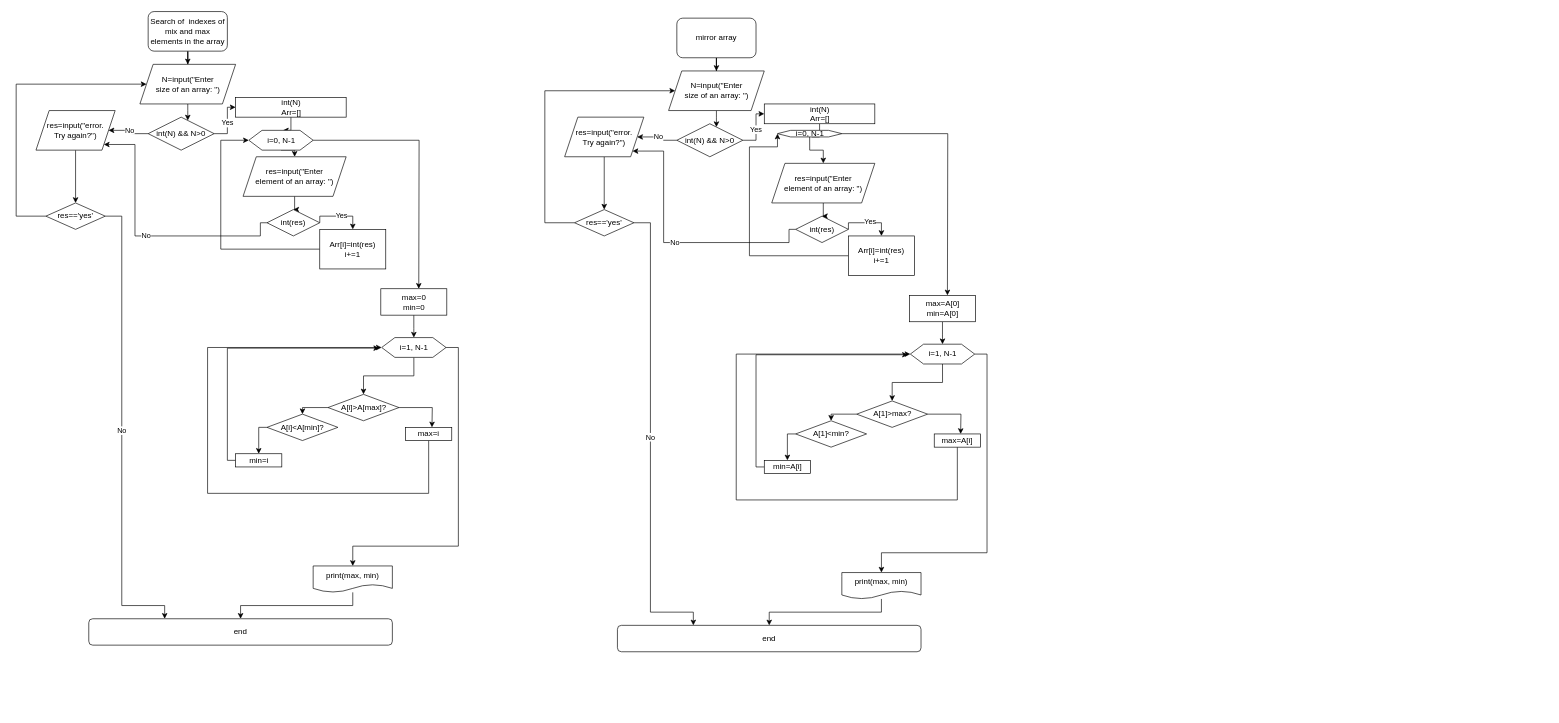
Earlier version of the draw.io diagram MinMaxArray.drawio (Yodiculta/fullstack). Source tidied: cells renumbered, new cells numbered last; positions are measured from the earlier drawing's top-left corner, leaving out a move shared by most shapes. Both pictures are drawn from the tidied source at 66%, with x=0, y=0 at pixel (16, 11).
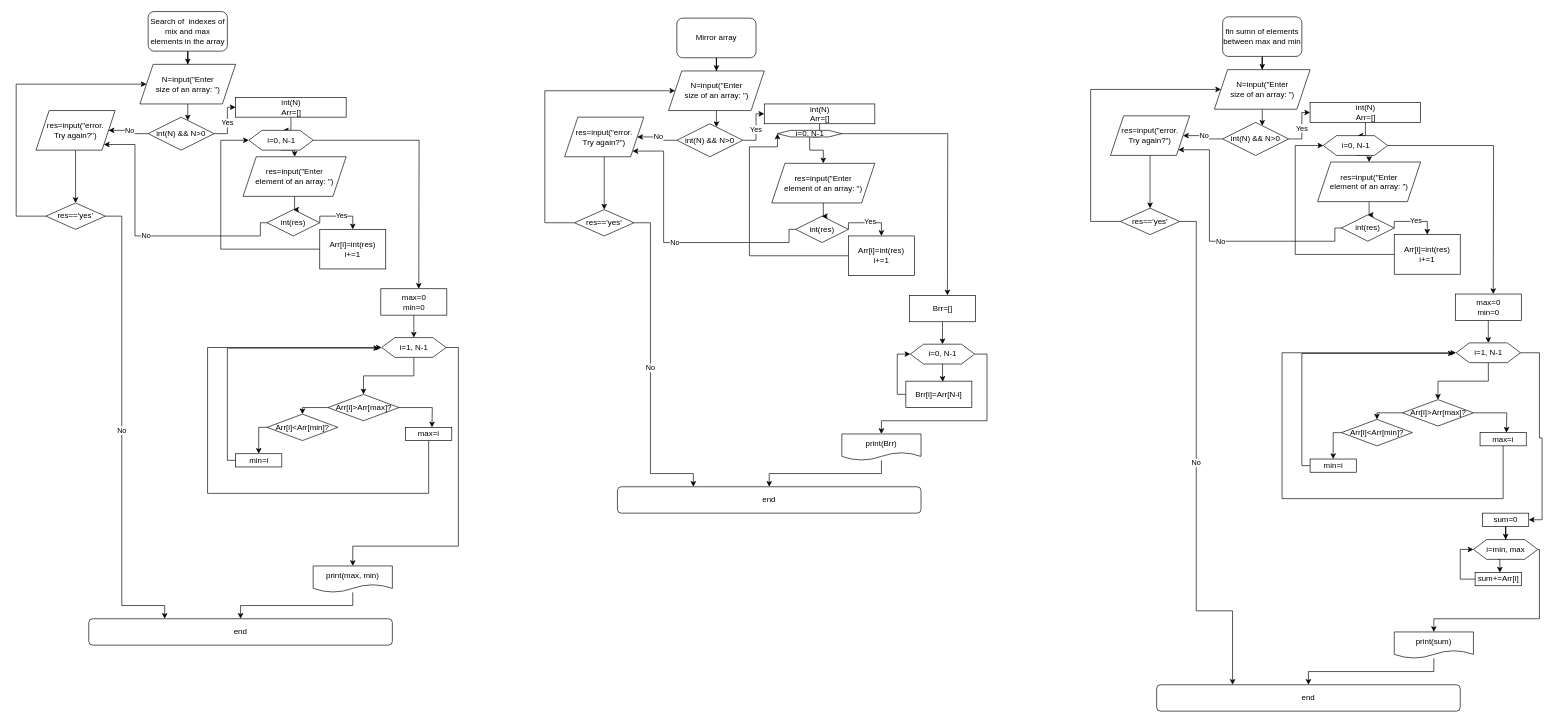
Above is the later version.

The change refers to these unchanged cells:
```xml
<mxCell id="52" value="res=='yes'" style="rhombus;whiteSpace=wrap;html=1;" parent="1" vertex="1">
  <mxGeometry x="846" y="300" width="90" height="40" as="geometry" />
</mxCell>
```

Change to the diagram source:
```diff
@@
-    <mxCell id="27" value="A[i]&amp;gt;A[max]?" style="rhombus;whiteSpace=wrap;html=1;" parent="1" vertex="1">
+    <mxCell id="27" value="Arr[i]&amp;gt;Arr[max]?" style="rhombus;whiteSpace=wrap;html=1;" parent="1" vertex="1">
       <mxGeometry x="472.5" y="580" width="107.5" height="40" as="geometry" />
     </mxCell>
@@
-    <mxCell id="38" value="A[i]&amp;lt;A[min]?" style="rhombus;whiteSpace=wrap;html=1;" parent="1" vertex="1">
+    <mxCell id="38" value="Arr[i]&amp;lt;Arr[min]?" style="rhombus;whiteSpace=wrap;html=1;" parent="1" vertex="1">
       <mxGeometry x="380" y="610" width="107.5" height="40" as="geometry" />
     </mxCell>
@@
-    <mxCell id="45" value="mirror array" style="rounded=1;whiteSpace=wrap;html=1;" parent="1" vertex="1">
+    <mxCell id="45" value="Mirror array" style="rounded=1;whiteSpace=wrap;html=1;" parent="1" vertex="1">
       <mxGeometry x="1001" y="10" width="120" height="60" as="geometry" />
     </mxCell>
@@
     <mxCell id="51" value="No" style="edgeStyle=orthogonalEdgeStyle;rounded=0;jettySize=auto;html=1;entryX=0.25;entryY=0;entryDx=0;entryDy=0;exitX=1;exitY=0.5;exitDx=0;exitDy=0;" parent="1" edge="1" source="52" target="83">
       <mxGeometry relative="1" as="geometry">
         <Array as="points">
           <mxPoint x="961" y="320" />
-          <mxPoint x="961" y="910" />
+          <mxPoint x="961" y="700" />
+          <mxPoint x="1026" y="700" />
         </Array>
       </mxGeometry>
     </mxCell>
@@
-    <mxCell id="66" style="edgeStyle=orthogonalEdgeStyle;rounded=0;jettySize=auto;html=1;entryX=0.5;entryY=0;entryDx=0;entryDy=0;exitX=0.5;exitY=1;exitDx=0;exitDy=0;" parent="1" edge="1" source="76" target="69">
-      <mxGeometry relative="1" as="geometry" />
-    </mxCell>
-    <mxCell id="67" style="edgeStyle=orthogonalEdgeStyle;rounded=0;jettySize=auto;html=1;" parent="1" edge="1" source="69">
-      <mxGeometry relative="1" as="geometry">
-        <mxPoint x="1431" y="640" as="targetPoint" />
-      </mxGeometry>
-    </mxCell>
-    <mxCell id="68" style="edgeStyle=orthogonalEdgeStyle;rounded=0;jettySize=auto;html=1;entryX=0.5;entryY=0;entryDx=0;entryDy=0;" parent="1" edge="1" source="69" target="80">
-      <mxGeometry relative="1" as="geometry">
-        <Array as="points">
-          <mxPoint x="1235" y="610" />
-        </Array>
-      </mxGeometry>
-    </mxCell>
-    <mxCell id="69" value="A[1]&amp;gt;max?" style="rhombus;whiteSpace=wrap;html=1;" parent="1" vertex="1">
-      <mxGeometry x="1273.5" y="590" width="107.5" height="40" as="geometry" />
-    </mxCell>
@@
-    <mxCell id="71" value="max=A[0]&lt;br&gt;min=A[0]" style="rounded=0;whiteSpace=wrap;html=1;" parent="1" vertex="1">
+    <mxCell id="71" value="Brr=[]" style="rounded=0;whiteSpace=wrap;html=1;" parent="1" vertex="1">
       <mxGeometry x="1353.5" y="430" width="100" height="40" as="geometry" />
     </mxCell>
@@
     <mxCell id="75" style="edgeStyle=orthogonalEdgeStyle;rounded=0;jettySize=auto;html=1;entryX=0.5;entryY=0;entryDx=0;entryDy=0;" parent="1" edge="1" source="76" target="85">
       <mxGeometry relative="1" as="geometry">
         <Array as="points">
           <mxPoint x="1471" y="519" />
-          <mxPoint x="1471" y="820" />
+          <mxPoint x="1471" y="620" />
+          <mxPoint x="1311" y="620" />
         </Array>
       </mxGeometry>
     </mxCell>
+    <mxCell id="86" style="edgeStyle=orthogonalEdgeStyle;rounded=0;jettySize=auto;html=1;entryX=0.56;entryY=0.025;entryDx=0;entryDy=0;entryPerimeter=0;" parent="1" edge="1" source="76" target="88">
+      <mxGeometry relative="1" as="geometry" />
+    </mxCell>
-    <mxCell id="76" value="i=1, N-1" style="shape=hexagon;perimeter=hexagonPerimeter2;whiteSpace=wrap;html=1;fixedSize=1;" parent="1" vertex="1">
+    <mxCell id="76" value="i=0, N-1" style="shape=hexagon;perimeter=hexagonPerimeter2;whiteSpace=wrap;html=1;fixedSize=1;" parent="1" vertex="1">
       <mxGeometry x="1354.8" y="504" width="97.5" height="30" as="geometry" />
     </mxCell>
-    <mxCell id="77" style="edgeStyle=orthogonalEdgeStyle;rounded=0;jettySize=auto;html=1;entryX=0;entryY=0.5;entryDx=0;entryDy=0;" parent="1" edge="1" source="78" target="76">
-      <mxGeometry relative="1" as="geometry">
-        <Array as="points">
-          <mxPoint x="1426" y="740" />
-          <mxPoint x="1091" y="740" />
-          <mxPoint x="1091" y="519" />
-        </Array>
-      </mxGeometry>
-    </mxCell>
-    <mxCell id="78" value="max=A[i]" style="rounded=0;whiteSpace=wrap;html=1;" parent="1" vertex="1">
-      <mxGeometry x="1391" y="640" width="70" height="20" as="geometry" />
-    </mxCell>
-    <mxCell id="79" style="edgeStyle=orthogonalEdgeStyle;rounded=0;jettySize=auto;html=1;entryX=0.5;entryY=0;entryDx=0;entryDy=0;" parent="1" edge="1" source="80" target="82">
-      <mxGeometry relative="1" as="geometry">
-        <Array as="points">
-          <mxPoint x="1169" y="640" />
-          <mxPoint x="1169" y="680" />
-        </Array>
-      </mxGeometry>
-    </mxCell>
-    <mxCell id="80" value="A[1]&amp;lt;min?" style="rhombus;whiteSpace=wrap;html=1;" parent="1" vertex="1">
-      <mxGeometry x="1181" y="620" width="107.5" height="40" as="geometry" />
-    </mxCell>
-    <mxCell id="81" style="edgeStyle=orthogonalEdgeStyle;rounded=0;jettySize=auto;html=1;" parent="1" edge="1" source="82">
-      <mxGeometry relative="1" as="geometry">
-        <mxPoint x="1351" y="520" as="targetPoint" />
-        <Array as="points">
-          <mxPoint x="1121" y="690" />
-          <mxPoint x="1121" y="520" />
-        </Array>
-      </mxGeometry>
-    </mxCell>
-    <mxCell id="82" value="min=A[i]" style="rounded=0;whiteSpace=wrap;html=1;" parent="1" vertex="1">
-      <mxGeometry x="1133.5" y="680" width="70" height="20" as="geometry" />
-    </mxCell>
     <mxCell id="83" value="end" style="rounded=1;whiteSpace=wrap;html=1;fontSize=12;glass=0;strokeWidth=1;shadow=0;" parent="1" vertex="1">
-      <mxGeometry x="911" y="930" width="460" height="40" as="geometry" />
+      <mxGeometry x="911" y="720" width="460" height="40" as="geometry" />
     </mxCell>
@@
-    <mxCell id="85" value="print(max, min)" style="shape=document;whiteSpace=wrap;html=1;boundedLbl=1;" parent="1" vertex="1">
-      <mxGeometry x="1251" y="850" width="120" height="40" as="geometry" />
+    <mxCell id="85" value="print(Brr)" style="shape=document;whiteSpace=wrap;html=1;boundedLbl=1;" parent="1" vertex="1">
+      <mxGeometry x="1251" y="640" width="120" height="40" as="geometry" />
     </mxCell>
+    <mxCell id="87" style="edgeStyle=orthogonalEdgeStyle;rounded=0;jettySize=auto;html=1;entryX=0;entryY=0.5;entryDx=0;entryDy=0;" parent="1" edge="1" source="88" target="76">
+      <mxGeometry relative="1" as="geometry">
+        <Array as="points">
+          <mxPoint x="1335" y="580" />
+          <mxPoint x="1335" y="519" />
+        </Array>
+      </mxGeometry>
+    </mxCell>
+    <mxCell id="88" value="Brr[i]=Arr[N-i]" style="rounded=0;whiteSpace=wrap;html=1;" parent="1" vertex="1">
+      <mxGeometry x="1348" y="560" width="100" height="40" as="geometry" />
+    </mxCell>
+    <mxCell id="89" style="edgeStyle=orthogonalEdgeStyle;rounded=0;jettySize=auto;html=1;entryX=0.5;entryY=0;entryDx=0;entryDy=0;" parent="1" edge="1" source="90" target="92">
+      <mxGeometry relative="1" as="geometry" />
+    </mxCell>
+    <mxCell id="90" value="fin sumn of elements between max and min" style="rounded=1;whiteSpace=wrap;html=1;" parent="1" vertex="1">
+      <mxGeometry x="1828" y="8" width="120" height="60" as="geometry" />
+    </mxCell>
+    <mxCell id="91" style="edgeStyle=orthogonalEdgeStyle;rounded=0;jettySize=auto;html=1;" parent="1" edge="1" source="92" target="100">
+      <mxGeometry relative="1" as="geometry">
+        <Array as="points">
+          <mxPoint x="1888" y="158" />
+          <mxPoint x="1888" y="158" />
+        </Array>
+      </mxGeometry>
+    </mxCell>
+    <mxCell id="92" value="N=input(&quot;Enter &lt;br&gt;size of an array: &quot;)" style="shape=parallelogram;perimeter=parallelogramPerimeter;whiteSpace=wrap;html=1;fixedSize=1;" parent="1" vertex="1">
+      <mxGeometry x="1815.5" y="88" width="145" height="60" as="geometry" />
+    </mxCell>
+    <mxCell id="93" style="edgeStyle=orthogonalEdgeStyle;rounded=0;jettySize=auto;html=1;entryX=0.5;entryY=0;entryDx=0;entryDy=0;" parent="1" edge="1" source="94" target="97">
+      <mxGeometry relative="1" as="geometry" />
+    </mxCell>
+    <mxCell id="94" value="res=input(&quot;error. &lt;br&gt;Try again?&quot;)" style="shape=parallelogram;perimeter=parallelogramPerimeter;whiteSpace=wrap;html=1;fixedSize=1;" parent="1" vertex="1">
+      <mxGeometry x="1658" y="158" width="120" height="60" as="geometry" />
+    </mxCell>
+    <mxCell id="95" style="edgeStyle=orthogonalEdgeStyle;rounded=0;jettySize=auto;html=1;entryX=0;entryY=0.5;entryDx=0;entryDy=0;" parent="1" edge="1" source="97" target="92">
+      <mxGeometry relative="1" as="geometry">
+        <Array as="points">
+          <mxPoint x="1628" y="318" />
+          <mxPoint x="1628" y="118" />
+        </Array>
+      </mxGeometry>
+    </mxCell>
+    <mxCell id="96" value="No" style="edgeStyle=orthogonalEdgeStyle;rounded=0;jettySize=auto;html=1;entryX=0.25;entryY=0;entryDx=0;entryDy=0;exitX=1;exitY=0.5;exitDx=0;exitDy=0;" parent="1" edge="1" source="97" target="128">
+      <mxGeometry relative="1" as="geometry">
+        <Array as="points">
+          <mxPoint x="1788" y="318" />
+          <mxPoint x="1788" y="908" />
+        </Array>
+      </mxGeometry>
+    </mxCell>
+    <mxCell id="97" value="res=='yes'" style="rhombus;whiteSpace=wrap;html=1;" parent="1" vertex="1">
+      <mxGeometry x="1673" y="298" width="90" height="40" as="geometry" />
+    </mxCell>
+    <mxCell id="98" value="No" style="edgeStyle=orthogonalEdgeStyle;rounded=0;jettySize=auto;html=1;entryX=1;entryY=0.5;entryDx=0;entryDy=0;" parent="1" edge="1" source="100" target="94">
+      <mxGeometry relative="1" as="geometry" />
+    </mxCell>
+    <mxCell id="99" value="Yes" style="edgeStyle=orthogonalEdgeStyle;rounded=0;jettySize=auto;html=1;entryX=0;entryY=0.5;entryDx=0;entryDy=0;" parent="1" edge="1" source="100" target="102">
+      <mxGeometry relative="1" as="geometry" />
+    </mxCell>
+    <mxCell id="100" value="int(N) &amp;amp;&amp;amp; N&amp;gt;0" style="rhombus;whiteSpace=wrap;html=1;" parent="1" vertex="1">
+      <mxGeometry x="1828" y="168" width="100" height="50" as="geometry" />
+    </mxCell>
+    <mxCell id="101" style="edgeStyle=orthogonalEdgeStyle;rounded=0;jettySize=auto;html=1;entryX=0.531;entryY=0.032;entryDx=0;entryDy=0;entryPerimeter=0;" parent="1" edge="1" source="102" target="119">
+      <mxGeometry relative="1" as="geometry" />
+    </mxCell>
+    <mxCell id="102" value="int(N)&lt;br&gt;Arr=[]" style="rounded=0;whiteSpace=wrap;html=1;" parent="1" vertex="1">
+      <mxGeometry x="1960.5" y="138" width="167.5" height="30" as="geometry" />
+    </mxCell>
+    <mxCell id="103" style="edgeStyle=orthogonalEdgeStyle;rounded=0;jettySize=auto;html=1;" parent="1" edge="1" source="104" target="108">
+      <mxGeometry relative="1" as="geometry" />
+    </mxCell>
+    <mxCell id="104" value="res=input(&quot;Enter &lt;br&gt;element of an array: &quot;)" style="shape=parallelogram;perimeter=parallelogramPerimeter;whiteSpace=wrap;html=1;fixedSize=1;" parent="1" vertex="1">
+      <mxGeometry x="1971.8" y="228" width="156.2" height="60" as="geometry" />
+    </mxCell>
+    <mxCell id="105" style="edgeStyle=orthogonalEdgeStyle;rounded=0;jettySize=auto;html=1;entryX=0.5;entryY=0;entryDx=0;entryDy=0;exitX=1;exitY=0.5;exitDx=0;exitDy=0;" parent="1" edge="1" source="108" target="110">
+      <mxGeometry relative="1" as="geometry">
+        <Array as="points">
+          <mxPoint x="2088" y="318" />
+          <mxPoint x="2138" y="318" />
+        </Array>
+      </mxGeometry>
+    </mxCell>
+    <mxCell id="106" value="Yes" style="edgeLabel;html=1;align=center;verticalAlign=middle;" parent="105" vertex="1">
+      <mxGeometry x="0.07" y="3" relative="1" as="geometry">
+        <mxPoint x="-1" y="1" as="offset" />
+      </mxGeometry>
+    </mxCell>
+    <mxCell id="107" value="No" style="edgeStyle=orthogonalEdgeStyle;rounded=0;jettySize=auto;html=1;entryX=1;entryY=1;entryDx=0;entryDy=0;exitX=0;exitY=0.5;exitDx=0;exitDy=0;" parent="1" edge="1" source="108" target="94">
+      <mxGeometry relative="1" as="geometry">
+        <Array as="points">
+          <mxPoint x="1998" y="328" />
+          <mxPoint x="1998" y="348" />
+          <mxPoint x="1808" y="348" />
+          <mxPoint x="1808" y="209" />
+        </Array>
+      </mxGeometry>
+    </mxCell>
+    <mxCell id="108" value="int(res)" style="rhombus;whiteSpace=wrap;html=1;" parent="1" vertex="1">
+      <mxGeometry x="2008" y="308" width="80" height="40" as="geometry" />
+    </mxCell>
+    <mxCell id="109" style="edgeStyle=orthogonalEdgeStyle;rounded=0;jettySize=auto;html=1;entryX=0;entryY=0.5;entryDx=0;entryDy=0;" parent="1" edge="1" source="110" target="119">
+      <mxGeometry relative="1" as="geometry">
+        <Array as="points">
+          <mxPoint x="1938" y="368" />
+          <mxPoint x="1938" y="203" />
+        </Array>
+      </mxGeometry>
+    </mxCell>
+    <mxCell id="110" value="Arr[i]=int(res)&lt;br&gt;i+=1" style="rounded=0;whiteSpace=wrap;html=1;" parent="1" vertex="1">
+      <mxGeometry x="2088" y="338" width="100" height="60" as="geometry" />
+    </mxCell>
+    <mxCell id="111" style="edgeStyle=orthogonalEdgeStyle;rounded=0;jettySize=auto;html=1;entryX=0.5;entryY=0;entryDx=0;entryDy=0;exitX=0.5;exitY=1;exitDx=0;exitDy=0;" parent="1" edge="1" source="121" target="114">
+      <mxGeometry relative="1" as="geometry" />
+    </mxCell>
+    <mxCell id="112" style="edgeStyle=orthogonalEdgeStyle;rounded=0;jettySize=auto;html=1;" parent="1" edge="1" source="114">
+      <mxGeometry relative="1" as="geometry">
+        <mxPoint x="2258" y="638" as="targetPoint" />
+      </mxGeometry>
+    </mxCell>
+    <mxCell id="113" style="edgeStyle=orthogonalEdgeStyle;rounded=0;jettySize=auto;html=1;entryX=0.5;entryY=0;entryDx=0;entryDy=0;" parent="1" edge="1" source="114" target="125">
+      <mxGeometry relative="1" as="geometry">
+        <Array as="points">
+          <mxPoint x="2062" y="608" />
+        </Array>
+      </mxGeometry>
+    </mxCell>
+    <mxCell id="114" value="Arr[i]&amp;gt;Arr[max]?" style="rhombus;whiteSpace=wrap;html=1;" parent="1" vertex="1">
+      <mxGeometry x="2100.5" y="588" width="107.5" height="40" as="geometry" />
+    </mxCell>
+    <mxCell id="115" style="edgeStyle=orthogonalEdgeStyle;rounded=0;jettySize=auto;html=1;entryX=0.5;entryY=0;entryDx=0;entryDy=0;" parent="1" edge="1" source="116" target="121">
+      <mxGeometry relative="1" as="geometry" />
+    </mxCell>
+    <mxCell id="116" value="max=0&lt;br&gt;min=0" style="rounded=0;whiteSpace=wrap;html=1;" parent="1" vertex="1">
+      <mxGeometry x="2180.5" y="428" width="100" height="40" as="geometry" />
+    </mxCell>
+    <mxCell id="117" style="edgeStyle=orthogonalEdgeStyle;rounded=0;jettySize=auto;html=1;entryX=0.5;entryY=0;entryDx=0;entryDy=0;exitX=0.5;exitY=1;exitDx=0;exitDy=0;" parent="1" edge="1" source="119" target="104">
+      <mxGeometry relative="1" as="geometry" />
+    </mxCell>
+    <mxCell id="118" style="edgeStyle=orthogonalEdgeStyle;rounded=0;jettySize=auto;html=1;" parent="1" edge="1" source="119">
+      <mxGeometry relative="1" as="geometry">
+        <mxPoint x="2238" y="428" as="targetPoint" />
+      </mxGeometry>
+    </mxCell>
+    <mxCell id="119" value="i=0, N-1" style="shape=hexagon;perimeter=hexagonPerimeter2;whiteSpace=wrap;html=1;fixedSize=1;" parent="1" vertex="1">
+      <mxGeometry x="1980.5" y="188" width="97.5" height="30" as="geometry" />
+    </mxCell>
+    <mxCell id="120" style="edgeStyle=orthogonalEdgeStyle;rounded=0;jettySize=auto;html=1;entryX=1;entryY=0.5;entryDx=0;entryDy=0;" parent="1" edge="1" source="121" target="135">
+      <mxGeometry relative="1" as="geometry">
+        <Array as="points">
+          <mxPoint x="2308" y="517" />
+          <mxPoint x="2308" y="646" />
+          <mxPoint x="2312" y="646" />
+          <mxPoint x="2312" y="770" />
+        </Array>
+      </mxGeometry>
+    </mxCell>
+    <mxCell id="121" value="i=1, N-1" style="shape=hexagon;perimeter=hexagonPerimeter2;whiteSpace=wrap;html=1;fixedSize=1;" parent="1" vertex="1">
+      <mxGeometry x="2181.8" y="502" width="97.5" height="30" as="geometry" />
+    </mxCell>
+    <mxCell id="122" style="edgeStyle=orthogonalEdgeStyle;rounded=0;jettySize=auto;html=1;entryX=0;entryY=0.5;entryDx=0;entryDy=0;" parent="1" edge="1" source="123" target="121">
+      <mxGeometry relative="1" as="geometry">
+        <Array as="points">
+          <mxPoint x="2253" y="738" />
+          <mxPoint x="1918" y="738" />
+          <mxPoint x="1918" y="517" />
+        </Array>
+      </mxGeometry>
+    </mxCell>
+    <mxCell id="123" value="max=i" style="rounded=0;whiteSpace=wrap;html=1;" parent="1" vertex="1">
+      <mxGeometry x="2218" y="638" width="70" height="20" as="geometry" />
+    </mxCell>
+    <mxCell id="124" style="edgeStyle=orthogonalEdgeStyle;rounded=0;jettySize=auto;html=1;entryX=0.5;entryY=0;entryDx=0;entryDy=0;" parent="1" edge="1" source="125" target="127">
+      <mxGeometry relative="1" as="geometry">
+        <Array as="points">
+          <mxPoint x="1996" y="638" />
+          <mxPoint x="1996" y="678" />
+        </Array>
+      </mxGeometry>
+    </mxCell>
+    <mxCell id="125" value="Arr[i]&amp;lt;Arr[min]?" style="rhombus;whiteSpace=wrap;html=1;" parent="1" vertex="1">
+      <mxGeometry x="2008" y="618" width="107.5" height="40" as="geometry" />
+    </mxCell>
+    <mxCell id="126" style="edgeStyle=orthogonalEdgeStyle;rounded=0;jettySize=auto;html=1;" parent="1" edge="1" source="127">
+      <mxGeometry relative="1" as="geometry">
+        <mxPoint x="2178" y="518" as="targetPoint" />
+        <Array as="points">
+          <mxPoint x="1948" y="688" />
+          <mxPoint x="1948" y="518" />
+        </Array>
+      </mxGeometry>
+    </mxCell>
+    <mxCell id="127" value="min=i" style="rounded=0;whiteSpace=wrap;html=1;" parent="1" vertex="1">
+      <mxGeometry x="1960.5" y="678" width="70" height="20" as="geometry" />
+    </mxCell>
+    <mxCell id="128" value="end" style="rounded=1;whiteSpace=wrap;html=1;fontSize=12;glass=0;strokeWidth=1;shadow=0;" parent="1" vertex="1">
+      <mxGeometry x="1728" y="1020" width="460" height="40" as="geometry" />
+    </mxCell>
+    <mxCell id="129" style="edgeStyle=orthogonalEdgeStyle;rounded=0;jettySize=auto;html=1;" parent="1" edge="1" source="130" target="128">
+      <mxGeometry relative="1" as="geometry" />
+    </mxCell>
+    <mxCell id="130" value="print(sum)" style="shape=document;whiteSpace=wrap;html=1;boundedLbl=1;" parent="1" vertex="1">
+      <mxGeometry x="2088" y="940" width="120" height="40" as="geometry" />
+    </mxCell>
+    <mxCell id="131" style="edgeStyle=orthogonalEdgeStyle;rounded=0;jettySize=auto;html=1;exitX=0.375;exitY=1;exitDx=0;exitDy=0;" parent="1" edge="1" source="133">
+      <mxGeometry relative="1" as="geometry">
+        <mxPoint x="2248" y="850" as="targetPoint" />
+      </mxGeometry>
+    </mxCell>
+    <mxCell id="132" style="edgeStyle=orthogonalEdgeStyle;rounded=0;jettySize=auto;html=1;" parent="1" edge="1" source="133" target="130">
+      <mxGeometry relative="1" as="geometry">
+        <Array as="points">
+          <mxPoint x="2308" y="815" />
+          <mxPoint x="2308" y="920" />
+          <mxPoint x="2148" y="920" />
+        </Array>
+      </mxGeometry>
+    </mxCell>
+    <mxCell id="133" value="i=min, max" style="shape=hexagon;perimeter=hexagonPerimeter2;whiteSpace=wrap;html=1;fixedSize=1;" parent="1" vertex="1">
+      <mxGeometry x="2208" y="800" width="97.5" height="30" as="geometry" />
+    </mxCell>
+    <mxCell id="134" style="edgeStyle=orthogonalEdgeStyle;rounded=0;jettySize=auto;html=1;entryX=0.5;entryY=0;entryDx=0;entryDy=0;" parent="1" edge="1" source="135" target="133">
+      <mxGeometry relative="1" as="geometry" />
+    </mxCell>
+    <mxCell id="135" value="sum=0" style="rounded=0;whiteSpace=wrap;html=1;" parent="1" vertex="1">
+      <mxGeometry x="2221.8" y="760" width="70" height="20" as="geometry" />
+    </mxCell>
+    <mxCell id="136" style="edgeStyle=orthogonalEdgeStyle;rounded=0;jettySize=auto;html=1;entryX=0;entryY=0.5;entryDx=0;entryDy=0;" parent="1" edge="1" source="137" target="133">
+      <mxGeometry relative="1" as="geometry">
+        <Array as="points">
+          <mxPoint x="2188" y="860" />
+          <mxPoint x="2188" y="815" />
+        </Array>
+      </mxGeometry>
+    </mxCell>
+    <mxCell id="137" value="sum+=Arr[i]" style="rounded=0;whiteSpace=wrap;html=1;" parent="1" vertex="1">
+      <mxGeometry x="2210.5" y="850" width="70" height="20" as="geometry" />
+    </mxCell>
```
